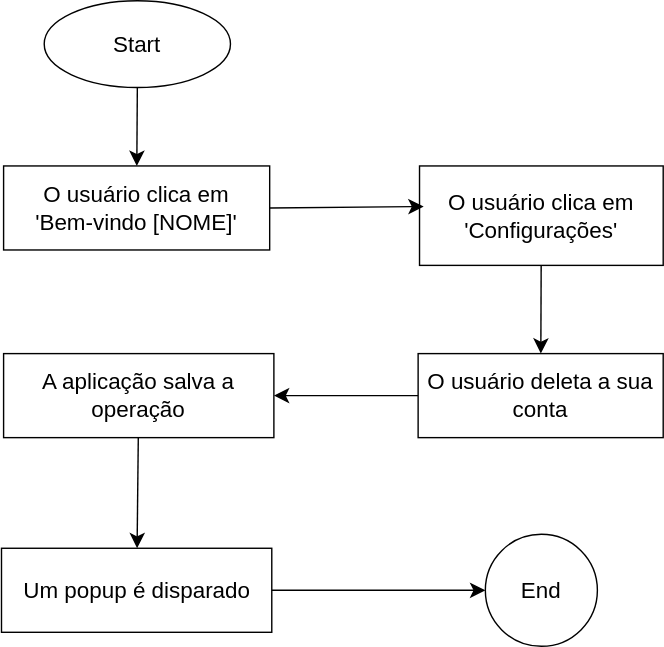
The draw.io diagram docs/img/CT06.svg in ICEI-PUC-Minas-PMV-SI/pmv-si-2023-2-pe1-t2-senectus, before a commit. Source tidied: cells renumbered, new cells last; positions are measured from the earlier drawing's top-left corner, leaving out a move shared by most shapes.
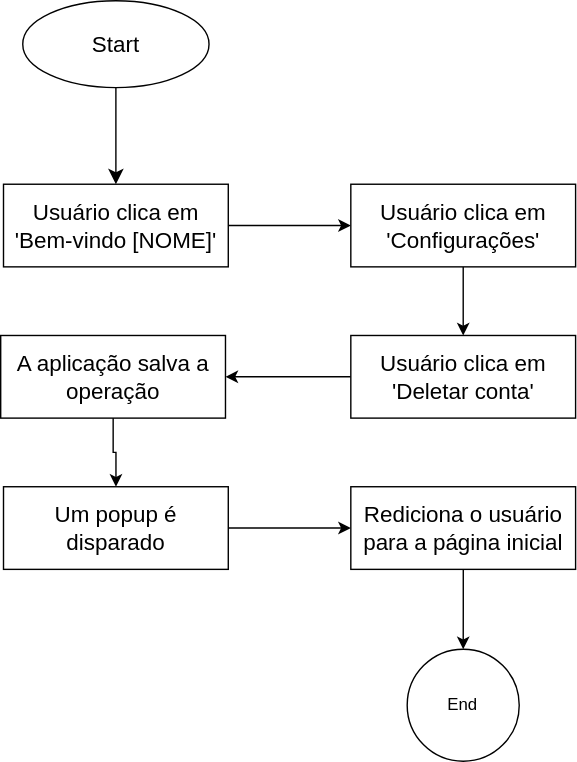
After the change.

Diff of the diagram source:
```diff
@@ -2,44 +2,50 @@
   <root>
     <mxCell id="0" />
     <mxCell id="1" parent="0" />
-    <mxCell id="2" style="edgeStyle=none;curved=1;rounded=0;jettySize=auto;html=1;fontSize=12;startSize=8;endSize=8;" parent="1" edge="1" source="3" target="4">
-      <mxGeometry relative="1" as="geometry" />
-    </mxCell>
+    <mxCell id="15" style="edgeStyle=none;curved=1;rounded=0;jettySize=auto;html=1;fontSize=12;startSize=8;endSize=8;" parent="1" edge="1" source="3" target="17">
+      <mxGeometry relative="1" as="geometry" />
+    </mxCell>
     <mxCell id="3" value="Start" style="ellipse;whiteSpace=wrap;html=1;fontSize=16;" parent="1" vertex="1">
-      <mxGeometry x="31" width="133" height="62" as="geometry" />
+      <mxGeometry x="-78.2" y="155" width="133" height="62" as="geometry" />
     </mxCell>
-    <mxCell id="4" value="O usuário clica em &lt;br&gt;'Bem-vindo [NOME]'" style="rounded=0;whiteSpace=wrap;html=1;fontSize=16;" parent="1" vertex="1">
-      <mxGeometry x="2" y="118" width="190" height="60" as="geometry" />
-    </mxCell>
-    <mxCell id="5" style="edgeStyle=none;curved=1;rounded=0;jettySize=auto;html=1;fontSize=12;startSize=8;endSize=8;" parent="1" edge="1" source="6" target="8">
-      <mxGeometry relative="1" as="geometry" />
-    </mxCell>
-    <mxCell id="6" value="O usuário clica em&lt;br&gt;'Configurações'" style="rounded=0;whiteSpace=wrap;html=1;fontSize=16;" parent="1" vertex="1">
-      <mxGeometry x="299" y="118" width="174" height="71" as="geometry" />
-    </mxCell>
-    <mxCell id="7" style="edgeStyle=none;curved=1;rounded=0;jettySize=auto;html=1;fontSize=12;startSize=8;endSize=8;" parent="1" edge="1" source="8" target="12">
-      <mxGeometry relative="1" as="geometry" />
-    </mxCell>
-    <mxCell id="8" value="O usuário deleta a sua conta" style="rounded=0;whiteSpace=wrap;html=1;fontSize=16;" parent="1" vertex="1">
-      <mxGeometry x="298" y="252" width="175" height="60" as="geometry" />
-    </mxCell>
-    <mxCell id="9" style="edgeStyle=none;curved=1;rounded=0;jettySize=auto;html=1;exitX=1;exitY=0.5;exitDx=0;exitDy=0;entryX=0.017;entryY=0.408;entryDx=0;entryDy=0;entryPerimeter=0;fontSize=12;startSize=8;endSize=8;" parent="1" edge="1" source="4" target="6">
-      <mxGeometry relative="1" as="geometry" />
-    </mxCell>
-    <mxCell id="10" value="End" style="ellipse;whiteSpace=wrap;html=1;fontSize=16;" parent="1" vertex="1">
-      <mxGeometry x="346" y="381" width="80" height="80" as="geometry" />
-    </mxCell>
+    <mxCell id="16" style="edgeStyle=orthogonalEdgeStyle;rounded=0;jettySize=auto;html=1;" parent="1" edge="1" source="17" target="19">
+      <mxGeometry relative="1" as="geometry" />
+    </mxCell>
+    <mxCell id="17" value="Usuário clica em&lt;br&gt;'Bem-vindo [NOME]'" style="rounded=0;whiteSpace=wrap;html=1;fontSize=16;" parent="1" vertex="1">
+      <mxGeometry x="-92" y="286" width="160.5" height="59" as="geometry" />
+    </mxCell>
+    <mxCell id="18" style="edgeStyle=orthogonalEdgeStyle;rounded=0;jettySize=auto;html=1;" parent="1" edge="1" source="19" target="21">
+      <mxGeometry relative="1" as="geometry" />
+    </mxCell>
+    <mxCell id="19" value="Usuário clica em&lt;br&gt;'Configurações'" style="rounded=0;whiteSpace=wrap;html=1;fontSize=16;" parent="1" vertex="1">
+      <mxGeometry x="156" y="286" width="160.5" height="59" as="geometry" />
+    </mxCell>
+    <mxCell id="20" style="edgeStyle=orthogonalEdgeStyle;rounded=0;jettySize=auto;html=1;" parent="1" edge="1" source="21" target="12">
+      <mxGeometry relative="1" as="geometry" />
+    </mxCell>
+    <mxCell id="21" value="Usuário clica em&lt;br&gt;'Deletar conta'" style="rounded=0;whiteSpace=wrap;html=1;fontSize=16;" parent="1" vertex="1">
+      <mxGeometry x="156" y="394" width="160.5" height="59" as="geometry" />
+    </mxCell>
-    <mxCell id="11" style="edgeStyle=none;curved=1;rounded=0;jettySize=auto;html=1;fontSize=12;startSize=8;endSize=8;" parent="1" edge="1" source="12" target="14">
+    <mxCell id="11" style="edgeStyle=orthogonalEdgeStyle;rounded=0;jettySize=auto;html=1;" parent="1" edge="1" source="12" target="14">
       <mxGeometry relative="1" as="geometry" />
     </mxCell>
     <mxCell id="12" value="A aplicação salva a operação" style="rounded=0;whiteSpace=wrap;html=1;fontSize=16;" parent="1" vertex="1">
-      <mxGeometry x="2" y="252" width="193" height="60" as="geometry" />
+      <mxGeometry x="-94" y="394" width="160.5" height="59" as="geometry" />
     </mxCell>
-    <mxCell id="13" style="edgeStyle=none;curved=1;rounded=0;jettySize=auto;html=1;fontSize=12;startSize=8;endSize=8;" parent="1" edge="1" source="14" target="10">
-      <mxGeometry relative="1" as="geometry" />
-    </mxCell>
+    <mxCell id="10" value="End" style="ellipse;whiteSpace=wrap;html=1;" parent="1" vertex="1">
+      <mxGeometry x="196.2" y="618" width="80" height="80" as="geometry" />
+    </mxCell>
+    <mxCell id="22" style="edgeStyle=orthogonalEdgeStyle;rounded=0;jettySize=auto;html=1;" parent="1" edge="1" source="14" target="24">
+      <mxGeometry relative="1" as="geometry" />
+    </mxCell>
     <mxCell id="14" value="Um popup é disparado" style="rounded=0;whiteSpace=wrap;html=1;fontSize=16;" parent="1" vertex="1">
-      <mxGeometry x="0.5" y="391" width="193" height="60" as="geometry" />
+      <mxGeometry x="-92" y="502" width="160.5" height="59" as="geometry" />
     </mxCell>
+    <mxCell id="23" style="edgeStyle=orthogonalEdgeStyle;rounded=0;jettySize=auto;html=1;" parent="1" edge="1" source="24" target="10">
+      <mxGeometry relative="1" as="geometry" />
+    </mxCell>
+    <mxCell id="24" value="Rediciona o usuário para a página inicial" style="rounded=0;whiteSpace=wrap;html=1;fontSize=16;" parent="1" vertex="1">
+      <mxGeometry x="156" y="502" width="160.5" height="59" as="geometry" />
+    </mxCell>
   </root>
 </mxGraphModel>
```
